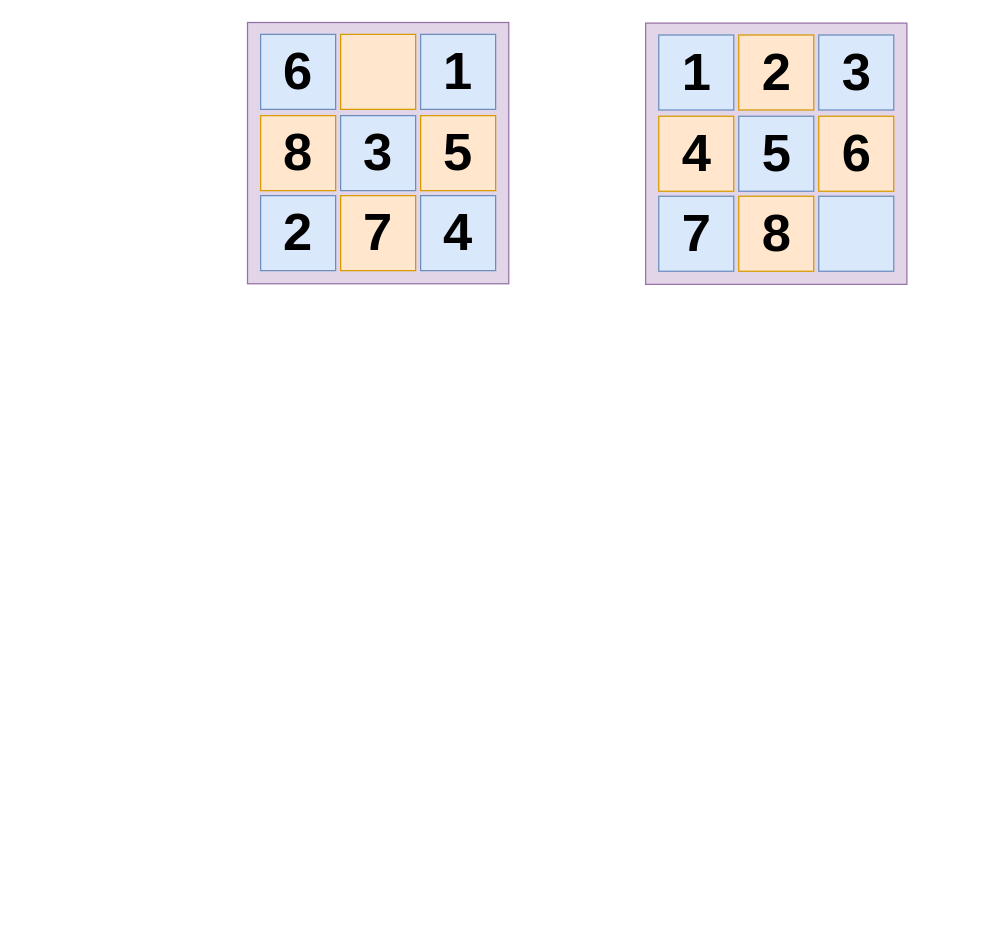
Earlier version of the draw.io diagram Illustration/N-puzzle.drawio (Tahuubinh/AI_HUST_Project). Source tidied: cells renumbered, new cells numbered last; positions are measured from the earlier drawing's top-left corner, leaving out a move shared by most shapes. Both pictures are drawn from the tidied source at 125%, with x=0, y=0 at pixel (246, 21).
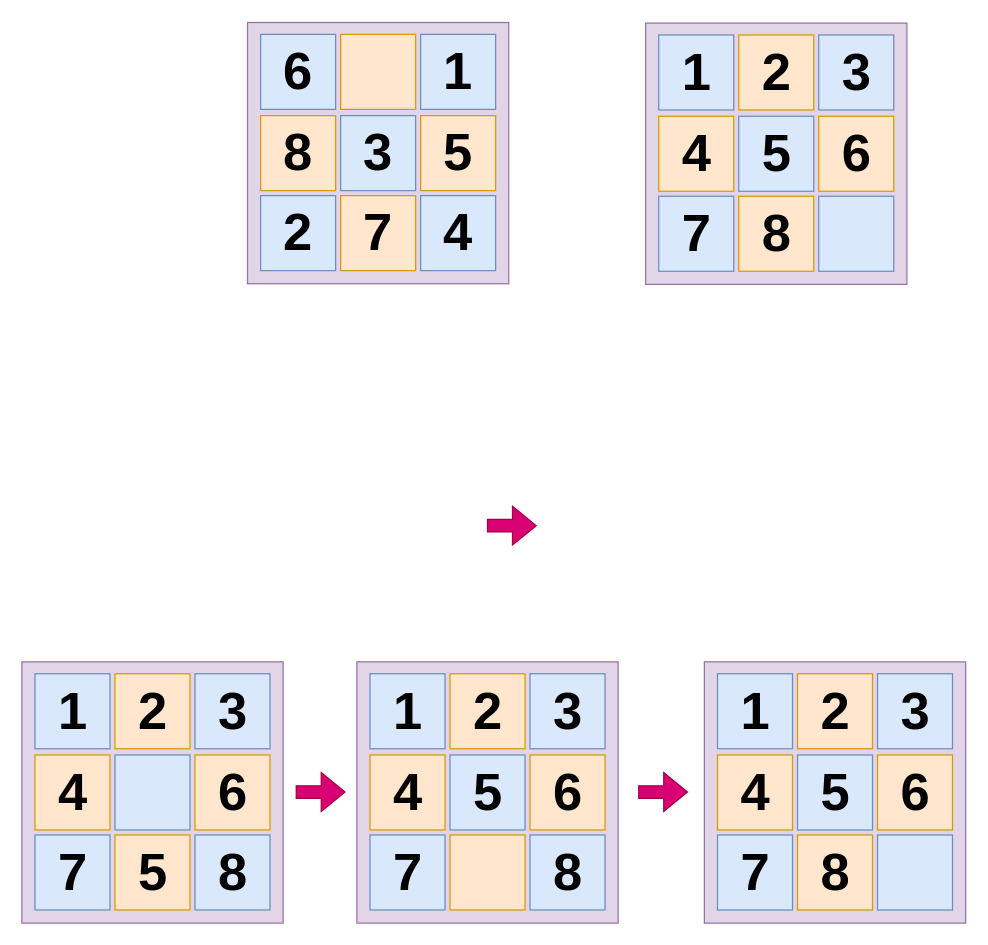
After the change.

Diff of the diagram source:
```diff
@@
+    <mxCell id="23" style="group;" parent="1" vertex="1">
+      <mxGeometry x="-180" y="512" width="209" height="209" as="geometry" />
+    </mxCell>
+    <mxCell id="24" style="whiteSpace=wrap;html=1;fontSize=42;fillColor=#e1d5e7;strokeColor=#9673a6;" parent="23" vertex="1">
+      <mxGeometry width="209" height="209" as="geometry" />
+    </mxCell>
+    <mxCell id="25" value="&lt;font size=&quot;1&quot; style=&quot;&quot;&gt;&lt;b style=&quot;font-size: 42px;&quot;&gt;1&lt;/b&gt;&lt;/font&gt;" style="rounded=0;whiteSpace=wrap;html=1;fillColor=#dae8fc;strokeColor=#6c8ebf;" parent="23" vertex="1">
+      <mxGeometry x="10.5" y="9.5" width="60" height="60" as="geometry" />
+    </mxCell>
+    <mxCell id="26" value="&lt;b style=&quot;font-size: 42px;&quot;&gt;2&lt;/b&gt;" style="rounded=0;whiteSpace=wrap;html=1;fillColor=#ffe6cc;strokeColor=#d79b00;" parent="23" vertex="1">
+      <mxGeometry x="74.5" y="9.5" width="60" height="60" as="geometry" />
+    </mxCell>
+    <mxCell id="27" value="&lt;b style=&quot;font-size: 42px;&quot;&gt;3&lt;/b&gt;" style="rounded=0;whiteSpace=wrap;html=1;fillColor=#dae8fc;strokeColor=#6c8ebf;" parent="23" vertex="1">
+      <mxGeometry x="138.5" y="9.5" width="60" height="60" as="geometry" />
+    </mxCell>
+    <mxCell id="28" value="&lt;b style=&quot;font-size: 42px;&quot;&gt;4&lt;/b&gt;" style="rounded=0;whiteSpace=wrap;html=1;fillColor=#ffe6cc;strokeColor=#d79b00;" parent="23" vertex="1">
+      <mxGeometry x="10.5" y="74.5" width="60" height="60" as="geometry" />
+    </mxCell>
+    <mxCell id="29" style="rounded=0;whiteSpace=wrap;html=1;fillColor=#dae8fc;strokeColor=#6c8ebf;" parent="23" vertex="1">
+      <mxGeometry x="74.5" y="74.5" width="60" height="60" as="geometry" />
+    </mxCell>
+    <mxCell id="30" value="&lt;b style=&quot;font-size: 42px;&quot;&gt;6&lt;/b&gt;" style="rounded=0;whiteSpace=wrap;html=1;fillColor=#ffe6cc;strokeColor=#d79b00;" parent="23" vertex="1">
+      <mxGeometry x="138.5" y="74.5" width="60" height="60" as="geometry" />
+    </mxCell>
+    <mxCell id="31" value="&lt;b style=&quot;font-size: 42px;&quot;&gt;7&lt;/b&gt;" style="rounded=0;whiteSpace=wrap;html=1;fillColor=#dae8fc;strokeColor=#6c8ebf;" parent="23" vertex="1">
+      <mxGeometry x="10.5" y="138.5" width="60" height="60" as="geometry" />
+    </mxCell>
+    <mxCell id="32" value="&lt;b style=&quot;font-size: 42px;&quot;&gt;5&lt;/b&gt;" style="rounded=0;whiteSpace=wrap;html=1;fillColor=#ffe6cc;strokeColor=#d79b00;" parent="23" vertex="1">
+      <mxGeometry x="74.5" y="138.5" width="60" height="60" as="geometry" />
+    </mxCell>
+    <mxCell id="33" value="&lt;b style=&quot;font-size: 42px;&quot;&gt;8&lt;/b&gt;" style="rounded=0;whiteSpace=wrap;html=1;fillColor=#dae8fc;strokeColor=#6c8ebf;" parent="23" vertex="1">
+      <mxGeometry x="138.5" y="138.5" width="60" height="60" as="geometry" />
+    </mxCell>
+    <mxCell id="34" style="group;" parent="1" vertex="1">
+      <mxGeometry x="88" y="512" width="209" height="209" as="geometry" />
+    </mxCell>
+    <mxCell id="35" style="whiteSpace=wrap;html=1;fontSize=42;fillColor=#e1d5e7;strokeColor=#9673a6;" parent="34" vertex="1">
+      <mxGeometry width="209" height="209" as="geometry" />
+    </mxCell>
+    <mxCell id="36" value="&lt;font size=&quot;1&quot; style=&quot;&quot;&gt;&lt;b style=&quot;font-size: 42px;&quot;&gt;1&lt;/b&gt;&lt;/font&gt;" style="rounded=0;whiteSpace=wrap;html=1;fillColor=#dae8fc;strokeColor=#6c8ebf;" parent="34" vertex="1">
+      <mxGeometry x="10.5" y="9.5" width="60" height="60" as="geometry" />
+    </mxCell>
+    <mxCell id="37" value="&lt;b style=&quot;font-size: 42px;&quot;&gt;2&lt;/b&gt;" style="rounded=0;whiteSpace=wrap;html=1;fillColor=#ffe6cc;strokeColor=#d79b00;" parent="34" vertex="1">
+      <mxGeometry x="74.5" y="9.5" width="60" height="60" as="geometry" />
+    </mxCell>
+    <mxCell id="38" value="&lt;b style=&quot;font-size: 42px;&quot;&gt;3&lt;/b&gt;" style="rounded=0;whiteSpace=wrap;html=1;fillColor=#dae8fc;strokeColor=#6c8ebf;" parent="34" vertex="1">
+      <mxGeometry x="138.5" y="9.5" width="60" height="60" as="geometry" />
+    </mxCell>
+    <mxCell id="39" value="&lt;b style=&quot;font-size: 42px;&quot;&gt;4&lt;/b&gt;" style="rounded=0;whiteSpace=wrap;html=1;fillColor=#ffe6cc;strokeColor=#d79b00;" parent="34" vertex="1">
+      <mxGeometry x="10.5" y="74.5" width="60" height="60" as="geometry" />
+    </mxCell>
+    <mxCell id="40" value="&lt;b style=&quot;font-size: 42px;&quot;&gt;5&lt;/b&gt;" style="rounded=0;whiteSpace=wrap;html=1;fillColor=#dae8fc;strokeColor=#6c8ebf;" parent="34" vertex="1">
+      <mxGeometry x="74.5" y="74.5" width="60" height="60" as="geometry" />
+    </mxCell>
+    <mxCell id="41" value="&lt;b style=&quot;font-size: 42px;&quot;&gt;6&lt;/b&gt;" style="rounded=0;whiteSpace=wrap;html=1;fillColor=#ffe6cc;strokeColor=#d79b00;" parent="34" vertex="1">
+      <mxGeometry x="138.5" y="74.5" width="60" height="60" as="geometry" />
+    </mxCell>
+    <mxCell id="42" value="&lt;b style=&quot;font-size: 42px;&quot;&gt;7&lt;/b&gt;" style="rounded=0;whiteSpace=wrap;html=1;fillColor=#dae8fc;strokeColor=#6c8ebf;" parent="34" vertex="1">
+      <mxGeometry x="10.5" y="138.5" width="60" height="60" as="geometry" />
+    </mxCell>
+    <mxCell id="43" style="rounded=0;whiteSpace=wrap;html=1;fillColor=#ffe6cc;strokeColor=#d79b00;" parent="34" vertex="1">
+      <mxGeometry x="74.5" y="138.5" width="60" height="60" as="geometry" />
+    </mxCell>
+    <mxCell id="44" value="&lt;b style=&quot;font-size: 42px;&quot;&gt;8&lt;/b&gt;" style="rounded=0;whiteSpace=wrap;html=1;fillColor=#dae8fc;strokeColor=#6c8ebf;" parent="34" vertex="1">
+      <mxGeometry x="138.5" y="138.5" width="60" height="60" as="geometry" />
+    </mxCell>
+    <mxCell id="45" style="group;" parent="1" vertex="1">
+      <mxGeometry x="366" y="512" width="209" height="209" as="geometry" />
+    </mxCell>
+    <mxCell id="46" style="whiteSpace=wrap;html=1;fontSize=42;fillColor=#e1d5e7;strokeColor=#9673a6;" parent="45" vertex="1">
+      <mxGeometry width="209" height="209" as="geometry" />
+    </mxCell>
+    <mxCell id="47" value="&lt;font size=&quot;1&quot; style=&quot;&quot;&gt;&lt;b style=&quot;font-size: 42px;&quot;&gt;1&lt;/b&gt;&lt;/font&gt;" style="rounded=0;whiteSpace=wrap;html=1;fillColor=#dae8fc;strokeColor=#6c8ebf;" parent="45" vertex="1">
+      <mxGeometry x="10.5" y="9.5" width="60" height="60" as="geometry" />
+    </mxCell>
+    <mxCell id="48" value="&lt;b style=&quot;font-size: 42px;&quot;&gt;2&lt;/b&gt;" style="rounded=0;whiteSpace=wrap;html=1;fillColor=#ffe6cc;strokeColor=#d79b00;" parent="45" vertex="1">
+      <mxGeometry x="74.5" y="9.5" width="60" height="60" as="geometry" />
+    </mxCell>
+    <mxCell id="49" value="&lt;b style=&quot;font-size: 42px;&quot;&gt;3&lt;/b&gt;" style="rounded=0;whiteSpace=wrap;html=1;fillColor=#dae8fc;strokeColor=#6c8ebf;" parent="45" vertex="1">
+      <mxGeometry x="138.5" y="9.5" width="60" height="60" as="geometry" />
+    </mxCell>
+    <mxCell id="50" value="&lt;b style=&quot;font-size: 42px;&quot;&gt;4&lt;/b&gt;" style="rounded=0;whiteSpace=wrap;html=1;fillColor=#ffe6cc;strokeColor=#d79b00;" parent="45" vertex="1">
+      <mxGeometry x="10.5" y="74.5" width="60" height="60" as="geometry" />
+    </mxCell>
+    <mxCell id="51" value="&lt;b style=&quot;font-size: 42px;&quot;&gt;5&lt;/b&gt;" style="rounded=0;whiteSpace=wrap;html=1;fillColor=#dae8fc;strokeColor=#6c8ebf;" parent="45" vertex="1">
+      <mxGeometry x="74.5" y="74.5" width="60" height="60" as="geometry" />
+    </mxCell>
+    <mxCell id="52" value="&lt;b style=&quot;font-size: 42px;&quot;&gt;6&lt;/b&gt;" style="rounded=0;whiteSpace=wrap;html=1;fillColor=#ffe6cc;strokeColor=#d79b00;" parent="45" vertex="1">
+      <mxGeometry x="138.5" y="74.5" width="60" height="60" as="geometry" />
+    </mxCell>
+    <mxCell id="53" value="&lt;b style=&quot;font-size: 42px;&quot;&gt;7&lt;/b&gt;" style="rounded=0;whiteSpace=wrap;html=1;fillColor=#dae8fc;strokeColor=#6c8ebf;" parent="45" vertex="1">
+      <mxGeometry x="10.5" y="138.5" width="60" height="60" as="geometry" />
+    </mxCell>
+    <mxCell id="54" value="&lt;b style=&quot;font-size: 42px;&quot;&gt;8&lt;/b&gt;" style="rounded=0;whiteSpace=wrap;html=1;fillColor=#ffe6cc;strokeColor=#d79b00;" parent="45" vertex="1">
+      <mxGeometry x="74.5" y="138.5" width="60" height="60" as="geometry" />
+    </mxCell>
+    <mxCell id="55" style="rounded=0;whiteSpace=wrap;html=1;fillColor=#dae8fc;strokeColor=#6c8ebf;" parent="45" vertex="1">
+      <mxGeometry x="138.5" y="138.5" width="60" height="60" as="geometry" />
+    </mxCell>
+    <mxCell id="56" style="shape=flexArrow;endArrow=classic;html=1;rounded=0;fillColor=#d80073;strokeColor=#A50040;" parent="1" edge="1">
+      <mxGeometry relative="1" as="geometry">
+        <mxPoint x="192" y="403" as="sourcePoint" />
+        <mxPoint x="232" y="403" as="targetPoint" />
+      </mxGeometry>
+    </mxCell>
+    <mxCell id="57" style="shape=flexArrow;endArrow=classic;html=1;rounded=0;fillColor=#d80073;strokeColor=#A50040;" parent="1" edge="1">
+      <mxGeometry relative="1" as="geometry">
+        <mxPoint x="39" y="616.1" as="sourcePoint" />
+        <mxPoint x="79" y="616.1" as="targetPoint" />
+      </mxGeometry>
+    </mxCell>
+    <mxCell id="58" style="shape=flexArrow;endArrow=classic;html=1;rounded=0;fillColor=#d80073;strokeColor=#A50040;" parent="1" edge="1">
+      <mxGeometry relative="1" as="geometry">
+        <mxPoint x="313" y="616.1" as="sourcePoint" />
+        <mxPoint x="353" y="616.1" as="targetPoint" />
+      </mxGeometry>
+    </mxCell>
```
